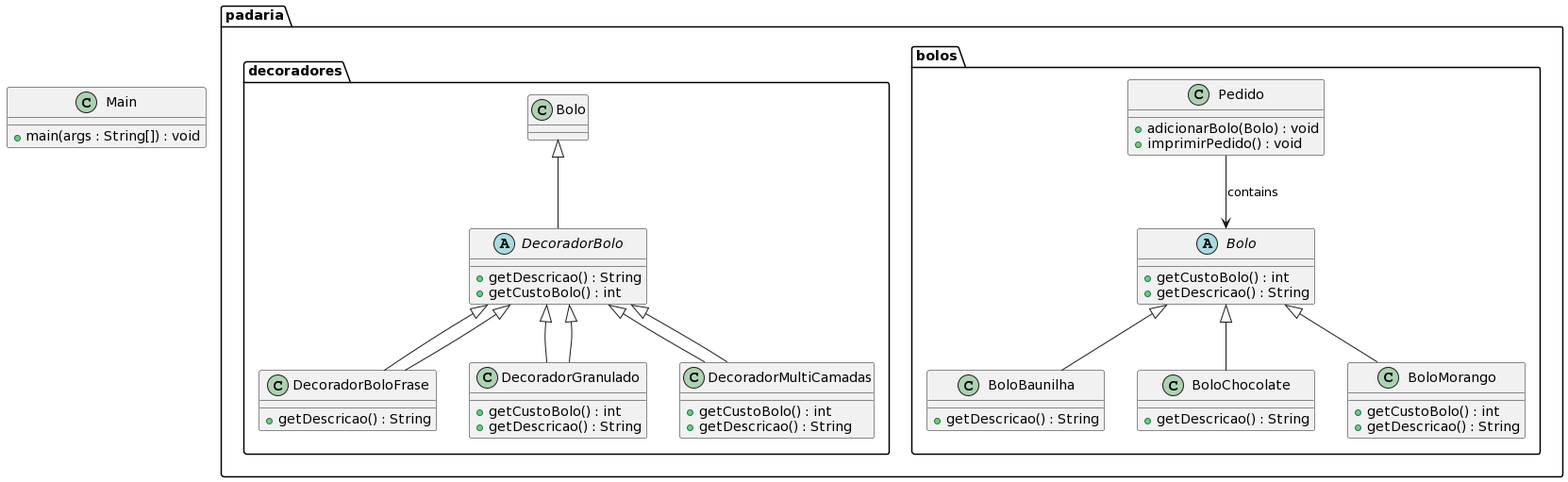
Erysilva98/WorkSpace_PJS keeps this PlantUML diagram as Padaria_Padrao_Decorator_exe3/UML_Padaria_Projeto_Decorator.png. Above is the earlier version. Source of this version:
```plantuml
@startuml
package "padaria.bolos" {
   abstract class Bolo {
        +getCustoBolo() : int
        +getDescricao() : String
    }

    class BoloBaunilha {
        +getDescricao() : String
    }

    class BoloChocolate {
        +getDescricao() : String
    }

    class BoloMorango {
        +getCustoBolo() : int
        +getDescricao() : String
    }

    class Pedido {
        +adicionarBolo(Bolo) : void
        +imprimirPedido() : void
    }

    Bolo <|-- BoloBaunilha
    Bolo <|-- BoloChocolate
    Bolo <|-- BoloMorango
    Pedido --> Bolo : contains
}

package "padaria.decoradores" {
    abstract class DecoradorBolo extends Bolo {
        +getDescricao() : String
        +getCustoBolo() : int
    }

    class DecoradorBoloFrase extends DecoradorBolo {
        +getDescricao() : String
    }

    class DecoradorGranulado extends DecoradorBolo {
        +getCustoBolo() : int
        +getDescricao() : String
    }

    class DecoradorMultiCamadas extends DecoradorBolo {
        +getCustoBolo() : int
        +getDescricao() : String
    }

    DecoradorBolo <|-- DecoradorBoloFrase
    DecoradorBolo <|-- DecoradorGranulado
    DecoradorBolo <|-- DecoradorMultiCamadas
}

class Main {
    +main(args : String[]) : void
}
@enduml
```
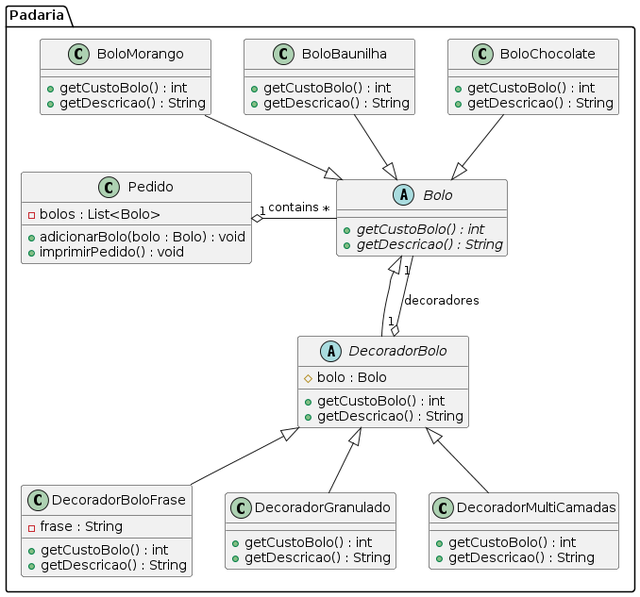
The same file after the commit.

Change to the diagram source:
```diff
@@ -1,60 +1,66 @@
 @startuml
-package "padaria.bolos" {
-   abstract class Bolo {
-        +getCustoBolo() : int
-        +getDescricao() : String
-    }
+package "Padaria" {
+  class Pedido {
+      -bolos : List<Bolo>
+      +adicionarBolo(bolo : Bolo) : void
+      +imprimirPedido() : void
+  }
 
-    class BoloBaunilha {
-        +getDescricao() : String
-    }
+  abstract class Bolo {
+      {abstract} +getCustoBolo() : int
+      {abstract} +getDescricao() : String
+  }
 
-    class BoloChocolate {
-        +getDescricao() : String
-    }
 
-    class BoloMorango {
-        +getCustoBolo() : int
-        +getDescricao() : String
-    }
+  class BoloChocolate {
+      +getCustoBolo() : int
+      +getDescricao() : String
+  }
 
-    class Pedido {
-        +adicionarBolo(Bolo) : void
-        +imprimirPedido() : void
-    }
+  class BoloBaunilha {
+      +getCustoBolo() : int
+      +getDescricao() : String
+  }
 
-    Bolo <|-- BoloBaunilha
-    Bolo <|-- BoloChocolate
-    Bolo <|-- BoloMorango
-    Pedido --> Bolo : contains
+  class BoloMorango {
+      +getCustoBolo() : int
+      +getDescricao() : String
+  }
+
+  abstract class DecoradorBolo {
+      #bolo : Bolo
+      +getCustoBolo() : int
+      +getDescricao() : String
+  }
+
+  class DecoradorBoloFrase {
+      -frase : String
+      +getCustoBolo() : int
+      +getDescricao() : String
+  }
+
+  class DecoradorGranulado {
+      +getCustoBolo() : int
+      +getDescricao() : String
+  }
+
+  class DecoradorMultiCamadas {
+      +getCustoBolo() : int
+      +getDescricao() : String
+  }
 }
 
-package "padaria.decoradores" {
-    abstract class DecoradorBolo extends Bolo {
-        +getDescricao() : String
-        +getCustoBolo() : int
-    }
 
-    class DecoradorBoloFrase extends DecoradorBolo {
-        +getDescricao() : String
-    }
+Pedido "1" o-right- "*" Bolo : contains
 
-    class DecoradorGranulado extends DecoradorBolo {
-        +getCustoBolo() : int
-        +getDescricao() : String
-    }
+Bolo <|-up- BoloChocolate
+Bolo <|-up- BoloBaunilha
+Bolo <|-up- BoloMorango
+Bolo <|-- DecoradorBolo
 
-    class DecoradorMultiCamadas extends DecoradorBolo {
-        +getCustoBolo() : int
-        +getDescricao() : String
-    }
+DecoradorBolo <|-- DecoradorBoloFrase
+DecoradorBolo <|-- DecoradorGranulado
+DecoradorBolo <|-- DecoradorMultiCamadas
 
-    DecoradorBolo <|-- DecoradorBoloFrase
-    DecoradorBolo <|-- DecoradorGranulado
-    DecoradorBolo <|-- DecoradorMultiCamadas
-}
-
-class Main {
-    +main(args : String[]) : void
-}
+DecoradorBolo "1" o-- "1" Bolo : decoradores
 @enduml
```
